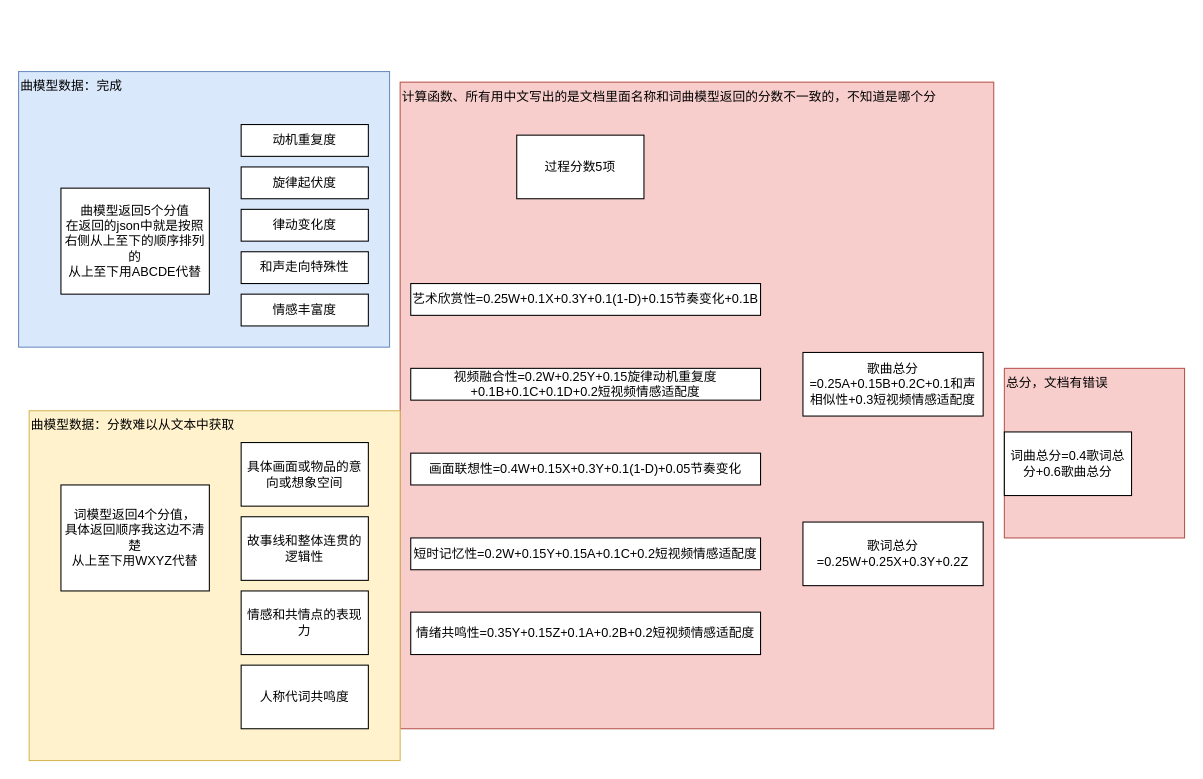
This is 算分.drawio from CaptainCCCP/Draw-io-cloud, a draw.io file, before an edit. Source tidied: cells renumbered, new cells numbered last; positions are measured from the earlier drawing's top-left corner, leaving out a move shared by most shapes. Both pictures are drawn from the tidied source at 106%, with x=0, y=0 at pixel (18, 71).
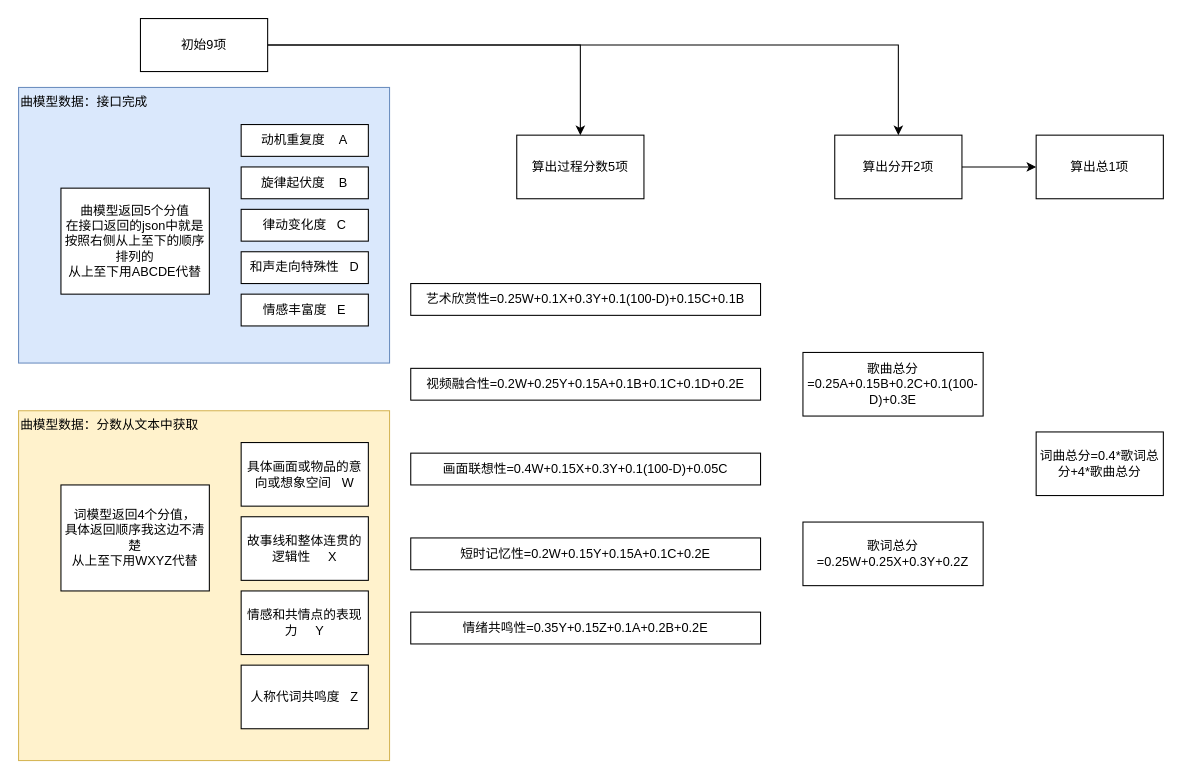
The same diagram, later.

Diff of the diagram source:
```diff
@@
-    <mxCell id="2" value="总分，文档有错误" style="rounded=0;whiteSpace=wrap;html=1;align=left;verticalAlign=top;fillColor=#f8cecc;strokeColor=#b85450;" parent="1" vertex="1">
-      <mxGeometry x="930" y="280" width="170" height="160" as="geometry" />
-    </mxCell>
-    <mxCell id="3" value="计算函数、所有用中文写出的是文档里面名称和词曲模型返回的分数不一致的，不知道是哪个分" style="rounded=0;whiteSpace=wrap;html=1;align=left;verticalAlign=top;fillColor=#f8cecc;strokeColor=#b85450;" parent="1" vertex="1">
-      <mxGeometry x="360" y="10" width="560" height="610" as="geometry" />
-    </mxCell>
-    <mxCell id="4" value="曲模型数据：分数难以从文本中获取" style="rounded=0;whiteSpace=wrap;html=1;align=left;verticalAlign=top;fillColor=#fff2cc;strokeColor=#d6b656;" parent="1" vertex="1">
-      <mxGeometry x="10" y="320" width="350" height="330" as="geometry" />
+    <mxCell id="4" value="曲模型数据：分数从文本中获取" style="rounded=0;whiteSpace=wrap;html=1;align=left;verticalAlign=top;fillColor=#fff2cc;strokeColor=#d6b656;" parent="1" vertex="1">
+      <mxGeometry y="320" width="350" height="330" as="geometry" />
     </mxCell>
-    <mxCell id="5" value="曲模型数据：完成" style="rounded=0;whiteSpace=wrap;html=1;align=left;verticalAlign=top;fillColor=#dae8fc;strokeColor=#6c8ebf;" parent="1" vertex="1">
-      <mxGeometry width="350" height="260" as="geometry" />
+    <mxCell id="5" value="曲模型数据：接口完成" style="rounded=0;whiteSpace=wrap;html=1;align=left;verticalAlign=top;fillColor=#dae8fc;strokeColor=#6c8ebf;" parent="1" vertex="1">
+      <mxGeometry y="15" width="350" height="260" as="geometry" />
     </mxCell>
-    <mxCell id="6" value="曲模型返回5个分值&lt;div&gt;在返回的json中就是按照右侧从上至下的顺序排列的&lt;/div&gt;&lt;div&gt;从上至下用ABCDE代替&lt;/div&gt;" style="rounded=0;whiteSpace=wrap;html=1;" parent="1" vertex="1">
+    <mxCell id="6" value="曲模型返回5个分值&lt;div&gt;在接口返回的json中就是按照右侧从上至下的顺序排列的&lt;/div&gt;&lt;div&gt;从上至下用ABCDE代替&lt;/div&gt;" style="rounded=0;whiteSpace=wrap;html=1;" parent="1" vertex="1">
       <mxGeometry x="40" y="110" width="140" height="100" as="geometry" />
     </mxCell>
@@
-    <mxCell id="8" value="动机重复度" style="whiteSpace=wrap;html=1;" parent="1" vertex="1">
+    <mxCell id="8" value="动机重复度&amp;nbsp; &amp;nbsp; A" style="whiteSpace=wrap;html=1;" parent="1" vertex="1">
       <mxGeometry x="210" y="50" width="120" height="30" as="geometry" />
     </mxCell>
-    <mxCell id="9" value="旋律起伏度" style="whiteSpace=wrap;html=1;" parent="1" vertex="1">
+    <mxCell id="9" value="旋律起伏度&amp;nbsp; &amp;nbsp; B" style="whiteSpace=wrap;html=1;" parent="1" vertex="1">
       <mxGeometry x="210" y="90" width="120" height="30" as="geometry" />
     </mxCell>
-    <mxCell id="10" value="律动变化度" style="whiteSpace=wrap;html=1;" parent="1" vertex="1">
+    <mxCell id="10" value="律动变化度&amp;nbsp; &amp;nbsp;C" style="whiteSpace=wrap;html=1;" parent="1" vertex="1">
       <mxGeometry x="210" y="130" width="120" height="30" as="geometry" />
     </mxCell>
-    <mxCell id="11" value="和声走向特殊性" style="whiteSpace=wrap;html=1;" parent="1" vertex="1">
+    <mxCell id="11" value="和声走向特殊性&amp;nbsp; &amp;nbsp;D" style="whiteSpace=wrap;html=1;" parent="1" vertex="1">
       <mxGeometry x="210" y="170" width="120" height="30" as="geometry" />
     </mxCell>
-    <mxCell id="12" value="情感丰富度" style="whiteSpace=wrap;html=1;" parent="1" vertex="1">
+    <mxCell id="12" value="情感丰富度&amp;nbsp; &amp;nbsp;E" style="whiteSpace=wrap;html=1;" parent="1" vertex="1">
       <mxGeometry x="210" y="210" width="120" height="30" as="geometry" />
     </mxCell>
-    <mxCell id="13" value="具体画面或物品的意向或想象空间" style="whiteSpace=wrap;html=1;" parent="1" vertex="1">
+    <mxCell id="13" value="具体画面或物品的意向或想象空间&amp;nbsp; &amp;nbsp;W" style="whiteSpace=wrap;html=1;" parent="1" vertex="1">
       <mxGeometry x="210" y="350" width="120" height="60" as="geometry" />
     </mxCell>
-    <mxCell id="14" value="故事线和整体连贯的逻辑性" style="whiteSpace=wrap;html=1;" parent="1" vertex="1">
+    <mxCell id="14" value="故事线和整体连贯的逻辑性&amp;nbsp; &amp;nbsp; &amp;nbsp;X" style="whiteSpace=wrap;html=1;" parent="1" vertex="1">
       <mxGeometry x="210" y="420" width="120" height="60" as="geometry" />
     </mxCell>
-    <mxCell id="15" value="情感和共情点的表现力" style="whiteSpace=wrap;html=1;" parent="1" vertex="1">
+    <mxCell id="15" value="情感和共情点的表现力&amp;nbsp; &amp;nbsp; &amp;nbsp;Y" style="whiteSpace=wrap;html=1;" parent="1" vertex="1">
       <mxGeometry x="210" y="490" width="120" height="60" as="geometry" />
     </mxCell>
-    <mxCell id="16" value="人称代词共鸣度" style="whiteSpace=wrap;html=1;" parent="1" vertex="1">
+    <mxCell id="16" value="人称代词共鸣度&amp;nbsp; &amp;nbsp;Z" style="whiteSpace=wrap;html=1;" parent="1" vertex="1">
       <mxGeometry x="210" y="560" width="120" height="60" as="geometry" />
     </mxCell>
@@
-    <mxCell id="18" value="艺术欣赏性=0.25W+0.1X+0.3Y+0.1(1-D)+0.15节奏变化+0.1B" style="whiteSpace=wrap;html=1;" parent="1" vertex="1">
+    <mxCell id="18" value="艺术欣赏性=0.25W+0.1X+0.3Y+0.1(100-D)+0.15C+0.1B" style="whiteSpace=wrap;html=1;" parent="1" vertex="1">
       <mxGeometry x="370" y="200" width="330" height="30" as="geometry" />
     </mxCell>
-    <mxCell id="19" value="视频融合性=0.2W+0.25Y+0.15旋律动机重复度+0.1B+0.1C+0.1D+0.2短视频情感适配度" style="whiteSpace=wrap;html=1;" parent="1" vertex="1">
+    <mxCell id="19" value="视频融合性=0.2W+0.25Y+0.15A+0.1B+0.1C+0.1D+0.2E" style="whiteSpace=wrap;html=1;" parent="1" vertex="1">
       <mxGeometry x="370" y="280" width="330" height="30" as="geometry" />
     </mxCell>
-    <mxCell id="20" value="画面联想性=0.4W+0.15X+0.3Y+0.1(1-D)+0.05节奏变化" style="whiteSpace=wrap;html=1;" parent="1" vertex="1">
+    <mxCell id="20" value="画面联想性=0.4W+0.15X+0.3Y+0.1(100-D)+0.05C" style="whiteSpace=wrap;html=1;" parent="1" vertex="1">
       <mxGeometry x="370" y="360" width="330" height="30" as="geometry" />
     </mxCell>
-    <mxCell id="21" value="短时记忆性=0.2W+0.15Y+0.15A+0.1C+0.2短视频情感适配度" style="whiteSpace=wrap;html=1;" parent="1" vertex="1">
+    <mxCell id="21" value="短时记忆性=0.2W+0.15Y+0.15A+0.1C+0.2E" style="whiteSpace=wrap;html=1;" parent="1" vertex="1">
       <mxGeometry x="370" y="440" width="330" height="30" as="geometry" />
     </mxCell>
-    <mxCell id="22" value="情绪共鸣性=0.35Y+0.15Z+0.1A+0.2B+0.2短视频情感适配度" style="whiteSpace=wrap;html=1;" parent="1" vertex="1">
-      <mxGeometry x="370" y="510" width="330" height="40" as="geometry" />
+    <mxCell id="22" value="情绪共鸣性=0.35Y+0.15Z+0.1A+0.2B+0.2E" style="whiteSpace=wrap;html=1;" parent="1" vertex="1">
+      <mxGeometry x="370" y="510" width="330" height="30" as="geometry" />
     </mxCell>
-    <mxCell id="23" value="过程分数5项" style="whiteSpace=wrap;html=1;" parent="1" vertex="1">
+    <mxCell id="23" value="算出过程分数5项" style="whiteSpace=wrap;html=1;" parent="1" vertex="1">
       <mxGeometry x="470" y="60" width="120" height="60" as="geometry" />
     </mxCell>
-    <mxCell id="24" value="歌曲总分=0.25A+0.15B+0.2C+0.1和声相似性+0.3短视频情感适配度" style="whiteSpace=wrap;html=1;" parent="1" vertex="1">
+    <mxCell id="24" value="歌曲总分=0.25A+0.15B+0.2C+0.1(100-D)+0.3E" style="whiteSpace=wrap;html=1;" parent="1" vertex="1">
       <mxGeometry x="740" y="265" width="170" height="60" as="geometry" />
     </mxCell>
-    <mxCell id="25" value="词曲总分=0.4歌词总分+0.6歌曲总分" style="whiteSpace=wrap;html=1;" parent="1" vertex="1">
-      <mxGeometry x="930" y="340" width="120" height="60" as="geometry" />
+    <mxCell id="25" value="词曲总分=0.4*歌词总分+4*歌曲总分" style="whiteSpace=wrap;html=1;" parent="1" vertex="1">
+      <mxGeometry x="960" y="340" width="120" height="60" as="geometry" />
     </mxCell>
+    <mxCell id="26" style="edgeStyle=orthogonalEdgeStyle;rounded=0;jettySize=auto;html=1;exitX=1;exitY=0.5;exitDx=0;exitDy=0;entryX=0;entryY=0.5;entryDx=0;entryDy=0;" parent="1" edge="1" source="27" target="28">
+      <mxGeometry relative="1" as="geometry" />
+    </mxCell>
+    <mxCell id="27" value="算出分开2项" style="whiteSpace=wrap;html=1;" parent="1" vertex="1">
+      <mxGeometry x="770" y="60" width="120" height="60" as="geometry" />
+    </mxCell>
+    <mxCell id="28" value="算出总1项" style="whiteSpace=wrap;html=1;" parent="1" vertex="1">
+      <mxGeometry x="960" y="60" width="120" height="60" as="geometry" />
+    </mxCell>
+    <mxCell id="29" style="edgeStyle=orthogonalEdgeStyle;rounded=0;jettySize=auto;html=1;exitX=1;exitY=0.5;exitDx=0;exitDy=0;entryX=0.5;entryY=0;entryDx=0;entryDy=0;" parent="1" edge="1" source="31" target="23">
+      <mxGeometry relative="1" as="geometry" />
+    </mxCell>
+    <mxCell id="30" style="edgeStyle=orthogonalEdgeStyle;rounded=0;jettySize=auto;html=1;exitX=1;exitY=0.5;exitDx=0;exitDy=0;" parent="1" edge="1" source="31" target="27">
+      <mxGeometry relative="1" as="geometry" />
+    </mxCell>
+    <mxCell id="31" value="初始9项" style="whiteSpace=wrap;html=1;" parent="1" vertex="1">
+      <mxGeometry x="115" y="-50" width="120" height="50" as="geometry" />
+    </mxCell>
```
